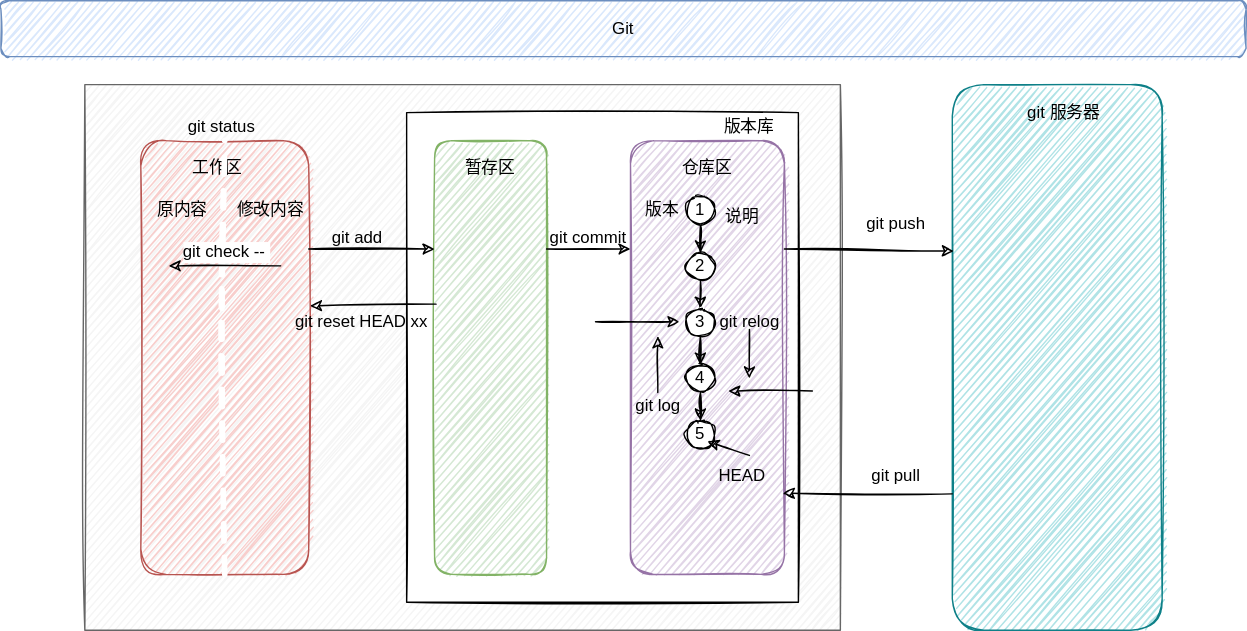
Earlier version of the draw.io export 03-工作环境/images/git.svg (cd-home/Root). Source tidied: cells renumbered, new cells last; positions are measured from the earlier drawing's top-left corner, leaving out a move shared by most shapes. Its diagram source:
```xml
<mxGraphModel>
  <root>
    <mxCell id="0" />
    <mxCell id="1" parent="0" />
    <mxCell id="2" value="Git&lt;br&gt;" style="rounded=1;whiteSpace=wrap;html=1;fillColor=#dae8fc;strokeColor=#6c8ebf;sketch=1;" parent="1" vertex="1">
      <mxGeometry width="890" height="40" as="geometry" />
    </mxCell>
    <mxCell id="3" style="rounded=1;whiteSpace=wrap;html=1;fillColor=#b0e3e6;strokeColor=#0e8088;sketch=1;" parent="1" vertex="1">
      <mxGeometry x="680" y="60" width="150" height="390" as="geometry" />
    </mxCell>
    <mxCell id="4" style="rounded=0;whiteSpace=wrap;html=1;fillColor=#f5f5f5;strokeColor=#666666;fontColor=#333333;sketch=1;" parent="1" vertex="1">
      <mxGeometry x="60" y="60" width="540" height="390" as="geometry" />
    </mxCell>
    <mxCell id="5" style="rounded=1;whiteSpace=wrap;html=1;fillColor=#f8cecc;strokeColor=#b85450;sketch=1;" parent="1" vertex="1">
      <mxGeometry x="100" y="100" width="120" height="310" as="geometry" />
    </mxCell>
    <mxCell id="6" style="rounded=0;whiteSpace=wrap;html=1;sketch=1;" parent="1" vertex="1">
      <mxGeometry x="290" y="80" width="280" height="350" as="geometry" />
    </mxCell>
    <mxCell id="7" style="rounded=1;whiteSpace=wrap;html=1;fillColor=#d5e8d4;strokeColor=#82b366;sketch=1;" parent="1" vertex="1">
      <mxGeometry x="310" y="100" width="80" height="310" as="geometry" />
    </mxCell>
    <mxCell id="8" style="rounded=1;whiteSpace=wrap;html=1;fillColor=#e1d5e7;strokeColor=#9673a6;sketch=1;" parent="1" vertex="1">
      <mxGeometry x="450" y="100" width="110" height="310" as="geometry" />
    </mxCell>
    <mxCell id="9" value="工作区" style="text;html=1;strokeColor=none;fillColor=none;align=center;verticalAlign=middle;whiteSpace=wrap;rounded=0;sketch=1;" parent="1" vertex="1">
      <mxGeometry x="110" y="110" width="90" height="20" as="geometry" />
    </mxCell>
    <mxCell id="10" value="版本库" style="text;html=1;strokeColor=none;fillColor=none;align=center;verticalAlign=middle;whiteSpace=wrap;rounded=0;sketch=1;" parent="1" vertex="1">
      <mxGeometry x="510" y="80" width="50" height="20" as="geometry" />
    </mxCell>
    <mxCell id="11" value="暂存区" style="text;html=1;strokeColor=none;fillColor=none;align=center;verticalAlign=middle;whiteSpace=wrap;rounded=0;sketch=1;" parent="1" vertex="1">
      <mxGeometry x="330" y="110" width="40" height="20" as="geometry" />
    </mxCell>
    <mxCell id="12" value="仓库区" style="text;html=1;strokeColor=none;fillColor=none;align=center;verticalAlign=middle;whiteSpace=wrap;rounded=0;sketch=1;" parent="1" vertex="1">
      <mxGeometry x="485" y="110" width="40" height="20" as="geometry" />
    </mxCell>
    <mxCell id="13" style="endArrow=classic;html=1;exitX=1;exitY=0.25;exitDx=0;exitDy=0;entryX=0;entryY=0.25;entryDx=0;entryDy=0;sketch=1;" parent="1" edge="1" source="5" target="7">
      <mxGeometry relative="1" as="geometry" />
    </mxCell>
    <mxCell id="14" value="git add" style="text;html=1;strokeColor=none;fillColor=none;align=center;verticalAlign=middle;whiteSpace=wrap;rounded=0;sketch=1;" parent="1" vertex="1">
      <mxGeometry x="235" y="160" width="40" height="20" as="geometry" />
    </mxCell>
    <mxCell id="15" style="endArrow=classic;html=1;exitX=1;exitY=0.25;exitDx=0;exitDy=0;entryX=0;entryY=0.25;entryDx=0;entryDy=0;sketch=1;" parent="1" edge="1" source="7" target="8">
      <mxGeometry relative="1" as="geometry" />
    </mxCell>
    <mxCell id="16" value="git commit" style="text;html=1;strokeColor=none;fillColor=none;align=center;verticalAlign=middle;whiteSpace=wrap;rounded=0;sketch=1;" parent="1" vertex="1">
      <mxGeometry x="390" y="160" width="60" height="20" as="geometry" />
    </mxCell>
    <mxCell id="17" value="git status" style="text;html=1;strokeColor=none;fillColor=none;align=center;verticalAlign=middle;whiteSpace=wrap;rounded=0;sketch=1;" parent="1" vertex="1">
      <mxGeometry x="122.5" y="80" width="70" height="20" as="geometry" />
    </mxCell>
    <mxCell id="18" style="edgeStyle=orthogonalEdgeStyle;rounded=0;orthogonalLoop=1;jettySize=auto;html=1;exitX=0.5;exitY=1;exitDx=0;exitDy=0;sketch=1;" parent="1" edge="1" source="17" target="17">
      <mxGeometry relative="1" as="geometry" />
    </mxCell>
    <mxCell id="19" value="git 服务器" style="text;html=1;strokeColor=none;fillColor=none;align=center;verticalAlign=middle;whiteSpace=wrap;rounded=0;sketch=1;" parent="1" vertex="1">
      <mxGeometry x="730" y="70" width="60" height="20" as="geometry" />
    </mxCell>
    <mxCell id="20" style="edgeStyle=orthogonalEdgeStyle;rounded=0;jettySize=auto;html=1;sketch=1;" parent="1" edge="1" source="21" target="23">
      <mxGeometry relative="1" as="geometry" />
    </mxCell>
    <mxCell id="21" value="1" style="ellipse;whiteSpace=wrap;html=1;sketch=1;" parent="1" vertex="1">
      <mxGeometry x="490" y="140" width="20" height="20" as="geometry" />
    </mxCell>
    <mxCell id="22" style="edgeStyle=orthogonalEdgeStyle;rounded=0;jettySize=auto;html=1;sketch=1;" parent="1" edge="1" source="23" target="25">
      <mxGeometry relative="1" as="geometry" />
    </mxCell>
    <mxCell id="23" value="2" style="ellipse;whiteSpace=wrap;html=1;sketch=1;" parent="1" vertex="1">
      <mxGeometry x="490" y="180" width="20" height="20" as="geometry" />
    </mxCell>
    <mxCell id="24" style="edgeStyle=orthogonalEdgeStyle;rounded=0;jettySize=auto;html=1;sketch=1;" parent="1" edge="1" source="25" target="27">
      <mxGeometry relative="1" as="geometry" />
    </mxCell>
    <mxCell id="25" value="3" style="ellipse;whiteSpace=wrap;html=1;sketch=1;" parent="1" vertex="1">
      <mxGeometry x="490" y="220" width="20" height="20" as="geometry" />
    </mxCell>
    <mxCell id="26" style="edgeStyle=orthogonalEdgeStyle;rounded=0;jettySize=auto;html=1;sketch=1;" parent="1" edge="1" source="27" target="28">
      <mxGeometry relative="1" as="geometry" />
    </mxCell>
    <mxCell id="27" value="4" style="ellipse;whiteSpace=wrap;html=1;sketch=1;" parent="1" vertex="1">
      <mxGeometry x="490" y="260" width="20" height="20" as="geometry" />
    </mxCell>
    <mxCell id="28" value="5" style="ellipse;whiteSpace=wrap;html=1;sketch=1;" parent="1" vertex="1">
      <mxGeometry x="490" y="300" width="20" height="20" as="geometry" />
    </mxCell>
    <mxCell id="29" style="endArrow=classic;html=1;sketch=1;" parent="1" edge="1">
      <mxGeometry relative="1" as="geometry">
        <mxPoint x="535" y="325" as="sourcePoint" />
        <mxPoint x="505" y="315" as="targetPoint" />
      </mxGeometry>
    </mxCell>
    <mxCell id="30" value="HEAD" style="text;html=1;strokeColor=none;fillColor=none;align=center;verticalAlign=middle;whiteSpace=wrap;rounded=0;sketch=1;" parent="1" vertex="1">
      <mxGeometry x="510" y="330" width="40" height="20" as="geometry" />
    </mxCell>
    <mxCell id="31" value="版本" style="text;html=1;strokeColor=none;fillColor=none;align=center;verticalAlign=middle;whiteSpace=wrap;rounded=0;sketch=1;" parent="1" vertex="1">
      <mxGeometry x="453" y="140" width="40" height="20" as="geometry" />
    </mxCell>
    <mxCell id="32" value="说明" style="text;html=1;strokeColor=none;fillColor=none;align=center;verticalAlign=middle;whiteSpace=wrap;rounded=0;sketch=1;" parent="1" vertex="1">
      <mxGeometry x="510" y="145" width="40" height="20" as="geometry" />
    </mxCell>
    <mxCell id="33" style="endArrow=none;dashed=1;html=1;entryX=0.5;entryY=0;entryDx=0;entryDy=0;exitX=0.5;exitY=1;exitDx=0;exitDy=0;strokeWidth=4;strokeColor=#FFFFFF;sketch=1;" parent="1" edge="1" target="5">
      <mxGeometry relative="1" as="geometry">
        <mxPoint x="158" y="220" as="sourcePoint" />
      </mxGeometry>
    </mxCell>
    <mxCell id="34" value="原内容" style="text;html=1;strokeColor=none;fillColor=none;align=center;verticalAlign=middle;whiteSpace=wrap;rounded=0;sketch=1;" parent="1" vertex="1">
      <mxGeometry x="110" y="140" width="40" height="20" as="geometry" />
    </mxCell>
    <mxCell id="35" value="修改内容" style="text;html=1;strokeColor=none;fillColor=none;align=center;verticalAlign=middle;whiteSpace=wrap;rounded=0;sketch=1;" parent="1" vertex="1">
      <mxGeometry x="167.5" y="140" width="50" height="20" as="geometry" />
    </mxCell>
    <mxCell id="36" value="git log" style="text;html=1;strokeColor=none;fillColor=none;align=center;verticalAlign=middle;whiteSpace=wrap;rounded=0;sketch=1;" parent="1" vertex="1">
      <mxGeometry x="450" y="280" width="40" height="20" as="geometry" />
    </mxCell>
    <mxCell id="37" style="endArrow=classic;html=1;strokeColor=#000000;strokeWidth=1;sketch=1;" parent="1" edge="1">
      <mxGeometry relative="1" as="geometry">
        <mxPoint x="469.5" y="280" as="sourcePoint" />
        <mxPoint x="469.5" y="240" as="targetPoint" />
      </mxGeometry>
    </mxCell>
    <mxCell id="38" style="endArrow=classic;html=1;strokeColor=#000000;strokeWidth=1;sketch=1;" parent="1" edge="1">
      <mxGeometry relative="1" as="geometry">
        <mxPoint x="425" y="229.5" as="sourcePoint" />
        <mxPoint x="485" y="229.5" as="targetPoint" />
      </mxGeometry>
    </mxCell>
    <mxCell id="39" value="git relog" style="text;html=1;strokeColor=none;fillColor=none;align=center;verticalAlign=middle;whiteSpace=wrap;rounded=0;sketch=1;" parent="1" vertex="1">
      <mxGeometry x="507.5" y="220" width="55" height="20" as="geometry" />
    </mxCell>
    <mxCell id="40" style="endArrow=classic;html=1;strokeColor=#000000;strokeWidth=1;sketch=1;" parent="1" edge="1">
      <mxGeometry relative="1" as="geometry">
        <mxPoint x="535" y="235" as="sourcePoint" />
        <mxPoint x="535" y="270" as="targetPoint" />
      </mxGeometry>
    </mxCell>
    <mxCell id="41" style="endArrow=classic;html=1;strokeColor=#000000;strokeWidth=1;sketch=1;" parent="1" edge="1">
      <mxGeometry relative="1" as="geometry">
        <mxPoint x="580" y="279" as="sourcePoint" />
        <mxPoint x="520" y="279" as="targetPoint" />
      </mxGeometry>
    </mxCell>
    <mxCell id="42" style="endArrow=classic;html=1;strokeColor=#000000;strokeWidth=1;exitX=1;exitY=0.25;exitDx=0;exitDy=0;entryX=0.007;entryY=0.305;entryDx=0;entryDy=0;entryPerimeter=0;sketch=1;" parent="1" edge="1" source="8" target="3">
      <mxGeometry relative="1" as="geometry" />
    </mxCell>
    <mxCell id="43" style="endArrow=classic;html=1;strokeColor=#000000;strokeWidth=1;exitX=0;exitY=0.75;exitDx=0;exitDy=0;entryX=0.991;entryY=0.813;entryDx=0;entryDy=0;entryPerimeter=0;sketch=1;" parent="1" edge="1" source="3" target="8">
      <mxGeometry relative="1" as="geometry" />
    </mxCell>
    <mxCell id="44" style="endArrow=classic;html=1;strokeColor=#000000;strokeWidth=1;exitX=0.013;exitY=0.377;exitDx=0;exitDy=0;exitPerimeter=0;entryX=1.008;entryY=0.381;entryDx=0;entryDy=0;entryPerimeter=0;sketch=1;" parent="1" edge="1" source="7" target="5">
      <mxGeometry relative="1" as="geometry" />
    </mxCell>
    <mxCell id="45" style="endArrow=classic;html=1;strokeColor=#000000;strokeWidth=1;sketch=1;" parent="1" edge="1">
      <mxGeometry relative="1" as="geometry">
        <mxPoint x="200" y="189.5" as="sourcePoint" />
        <mxPoint x="120" y="189.5" as="targetPoint" />
      </mxGeometry>
    </mxCell>
    <mxCell id="46" style="endArrow=none;dashed=1;html=1;entryX=0.5;entryY=0;entryDx=0;entryDy=0;exitX=0.5;exitY=1;exitDx=0;exitDy=0;strokeWidth=4;strokeColor=#FFFFFF;sketch=1;" parent="1" edge="1" source="5">
      <mxGeometry relative="1" as="geometry">
        <mxPoint x="158" y="200" as="targetPoint" />
      </mxGeometry>
    </mxCell>
    <mxCell id="47" value="git check --&amp;nbsp;" style="text;html=1;align=center;verticalAlign=middle;labelBackgroundColor=#ffffff;sketch=1;" parent="46" vertex="1">
      <mxGeometry x="0.9" y="-3" relative="1" as="geometry">
        <mxPoint x="-1" y="-31" as="offset" />
      </mxGeometry>
    </mxCell>
    <mxCell id="48" value="&lt;span&gt;git reset HEAD xx&lt;/span&gt;" style="text;html=1;strokeColor=none;fillColor=none;align=center;verticalAlign=middle;whiteSpace=wrap;rounded=0;sketch=1;" parent="1" vertex="1">
      <mxGeometry x="192.5" y="220" width="130" height="20" as="geometry" />
    </mxCell>
    <mxCell id="49" value="git push" style="text;html=1;strokeColor=none;fillColor=none;align=center;verticalAlign=middle;whiteSpace=wrap;rounded=0;sketch=1;" parent="1" vertex="1">
      <mxGeometry x="610" y="150" width="60" height="20" as="geometry" />
    </mxCell>
    <mxCell id="50" value="git pull" style="text;html=1;strokeColor=none;fillColor=none;align=center;verticalAlign=middle;whiteSpace=wrap;rounded=0;sketch=1;" parent="1" vertex="1">
      <mxGeometry x="610" y="330" width="60" height="20" as="geometry" />
    </mxCell>
  </root>
</mxGraphModel>
```
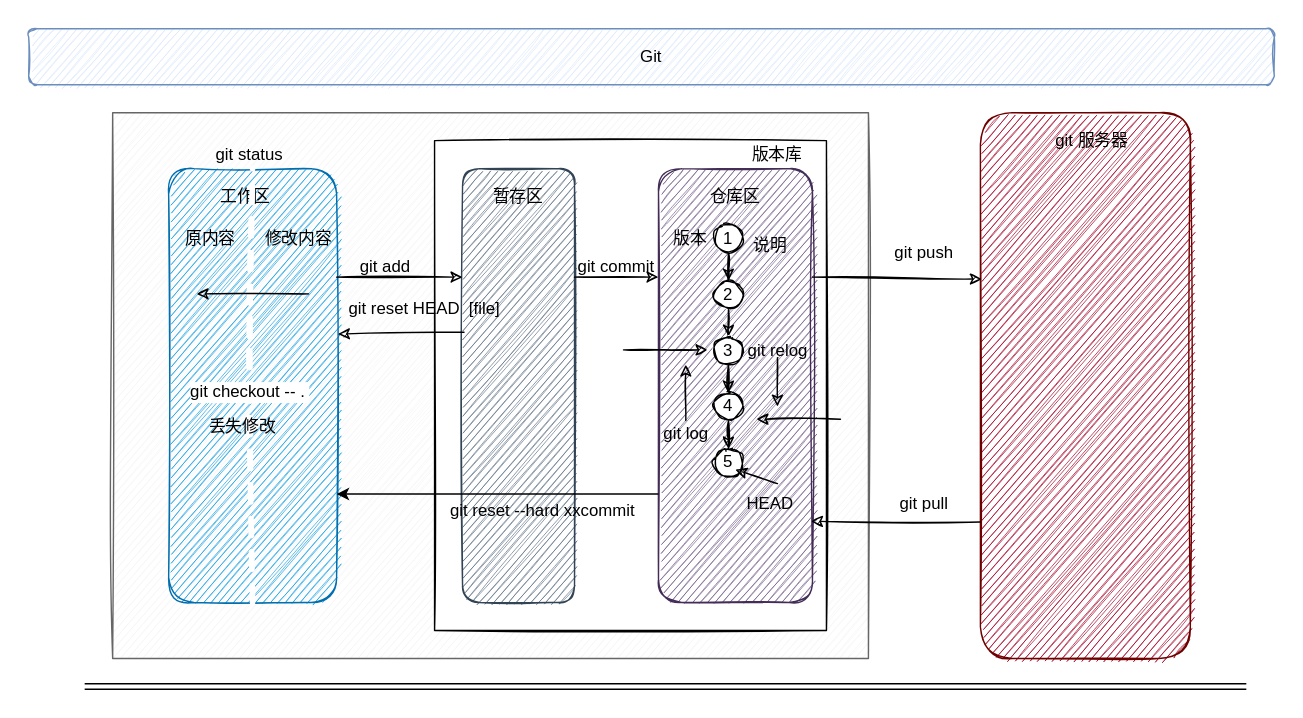
Above is the later version.

The edit, as a diff of the source:
```diff
@@ -5,22 +5,22 @@
     <mxCell id="2" value="Git&lt;br&gt;" style="rounded=1;whiteSpace=wrap;html=1;fillColor=#dae8fc;strokeColor=#6c8ebf;sketch=1;" parent="1" vertex="1">
       <mxGeometry width="890" height="40" as="geometry" />
     </mxCell>
-    <mxCell id="3" style="rounded=1;whiteSpace=wrap;html=1;fillColor=#b0e3e6;strokeColor=#0e8088;sketch=1;" parent="1" vertex="1">
+    <mxCell id="3" style="rounded=1;whiteSpace=wrap;html=1;fillColor=#a20025;strokeColor=#6F0000;sketch=1;fontColor=#ffffff;" parent="1" vertex="1">
       <mxGeometry x="680" y="60" width="150" height="390" as="geometry" />
     </mxCell>
     <mxCell id="4" style="rounded=0;whiteSpace=wrap;html=1;fillColor=#f5f5f5;strokeColor=#666666;fontColor=#333333;sketch=1;" parent="1" vertex="1">
       <mxGeometry x="60" y="60" width="540" height="390" as="geometry" />
     </mxCell>
-    <mxCell id="5" style="rounded=1;whiteSpace=wrap;html=1;fillColor=#f8cecc;strokeColor=#b85450;sketch=1;" parent="1" vertex="1">
+    <mxCell id="5" style="rounded=1;whiteSpace=wrap;html=1;fillColor=#1ba1e2;strokeColor=#006EAF;sketch=1;fontColor=#ffffff;" parent="1" vertex="1">
       <mxGeometry x="100" y="100" width="120" height="310" as="geometry" />
     </mxCell>
     <mxCell id="6" style="rounded=0;whiteSpace=wrap;html=1;sketch=1;" parent="1" vertex="1">
       <mxGeometry x="290" y="80" width="280" height="350" as="geometry" />
     </mxCell>
-    <mxCell id="7" style="rounded=1;whiteSpace=wrap;html=1;fillColor=#d5e8d4;strokeColor=#82b366;sketch=1;" parent="1" vertex="1">
+    <mxCell id="7" style="rounded=1;whiteSpace=wrap;html=1;fillColor=#647687;strokeColor=#314354;sketch=1;fontColor=#ffffff;" parent="1" vertex="1">
       <mxGeometry x="310" y="100" width="80" height="310" as="geometry" />
     </mxCell>
-    <mxCell id="8" style="rounded=1;whiteSpace=wrap;html=1;fillColor=#e1d5e7;strokeColor=#9673a6;sketch=1;" parent="1" vertex="1">
+    <mxCell id="8" style="rounded=1;whiteSpace=wrap;html=1;fillColor=#76608a;strokeColor=#432D57;sketch=1;fontColor=#ffffff;" parent="1" vertex="1">
       <mxGeometry x="450" y="100" width="110" height="310" as="geometry" />
     </mxCell>
     <mxCell id="9" value="工作区" style="text;html=1;strokeColor=none;fillColor=none;align=center;verticalAlign=middle;whiteSpace=wrap;rounded=0;sketch=1;" parent="1" vertex="1">
@@ -159,13 +159,13 @@
         <mxPoint x="158" y="200" as="targetPoint" />
       </mxGeometry>
     </mxCell>
-    <mxCell id="47" value="git check --&amp;nbsp;" style="text;html=1;align=center;verticalAlign=middle;labelBackgroundColor=#ffffff;sketch=1;" parent="46" vertex="1">
+    <mxCell id="47" value="git checkout -- .&amp;nbsp;" style="text;html=1;align=center;verticalAlign=middle;labelBackgroundColor=#ffffff;sketch=1;" parent="46" vertex="1">
       <mxGeometry x="0.9" y="-3" relative="1" as="geometry">
-        <mxPoint x="-1" y="-31" as="offset" />
+        <mxPoint x="-4" y="49" as="offset" />
       </mxGeometry>
     </mxCell>
-    <mxCell id="48" value="&lt;span&gt;git reset HEAD xx&lt;/span&gt;" style="text;html=1;strokeColor=none;fillColor=none;align=center;verticalAlign=middle;whiteSpace=wrap;rounded=0;sketch=1;" parent="1" vertex="1">
-      <mxGeometry x="192.5" y="220" width="130" height="20" as="geometry" />
+    <mxCell id="48" value="&lt;span&gt;git reset HEAD&amp;nbsp; [file]&lt;/span&gt;" style="text;html=1;strokeColor=none;fillColor=none;align=center;verticalAlign=middle;whiteSpace=wrap;rounded=0;sketch=1;" parent="1" vertex="1">
+      <mxGeometry x="217.5" y="190" width="130" height="20" as="geometry" />
     </mxCell>
     <mxCell id="49" value="git push" style="text;html=1;strokeColor=none;fillColor=none;align=center;verticalAlign=middle;whiteSpace=wrap;rounded=0;sketch=1;" parent="1" vertex="1">
       <mxGeometry x="610" y="150" width="60" height="20" as="geometry" />
@@ -173,5 +173,20 @@
     <mxCell id="50" value="git pull" style="text;html=1;strokeColor=none;fillColor=none;align=center;verticalAlign=middle;whiteSpace=wrap;rounded=0;sketch=1;" parent="1" vertex="1">
       <mxGeometry x="610" y="330" width="60" height="20" as="geometry" />
     </mxCell>
+    <mxCell id="51" style="endArrow=classic;html=1;rounded=0;exitX=0;exitY=0.75;exitDx=0;exitDy=0;entryX=1;entryY=0.75;entryDx=0;entryDy=0;" parent="1" edge="1" source="8" target="5">
+      <mxGeometry relative="1" as="geometry" />
+    </mxCell>
+    <mxCell id="52" value="git reset --hard xxcommit" style="text;html=1;strokeColor=none;fillColor=none;align=center;verticalAlign=middle;whiteSpace=wrap;rounded=0;" parent="1" vertex="1">
+      <mxGeometry x="275" y="330" width="185" height="30" as="geometry" />
+    </mxCell>
+    <mxCell id="53" style="shape=link;html=1;rounded=0;" parent="1" edge="1">
+      <mxGeometry relative="1" as="geometry">
+        <mxPoint x="40" y="470" as="sourcePoint" />
+        <mxPoint x="870" y="470" as="targetPoint" />
+      </mxGeometry>
+    </mxCell>
+    <mxCell id="54" value="丢失修改" style="text;html=1;strokeColor=none;fillColor=none;align=center;verticalAlign=middle;whiteSpace=wrap;rounded=0;" parent="1" vertex="1">
+      <mxGeometry x="122.5" y="270" width="60" height="30" as="geometry" />
+    </mxCell>
   </root>
 </mxGraphModel>
```
